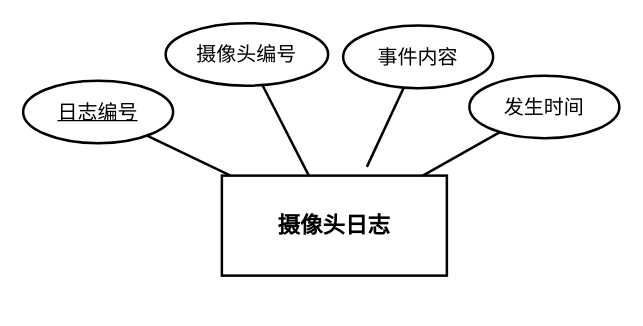
Earlier version of the draw.io diagram docs/PaperImages/实体图/图4.9摄像头日志实体属性图.drawio (Dean-op/forest_fire). Source tidied: cells renumbered, new cells numbered last; positions are measured from the earlier drawing's top-left corner, leaving out a move shared by most shapes. Both pictures are drawn from the tidied source at 125%, with x=0, y=0 at pixel (22, 22).
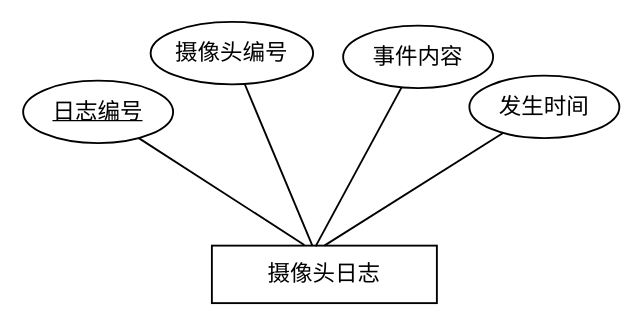
Above is the later version.

The edit, as a diff of the source:
```diff
@@
 <mxGraphModel>
   <root>
     <mxCell id="0" />
     <mxCell id="1" parent="0" />
-    <mxCell id="2" value="摄像头日志" style="rounded=0;whiteSpace=wrap;html=1;strokeWidth=2;fontSize=18;fontStyle=1;align=center;verticalAlign=middle;labelBackgroundColor=none;" parent="1" vertex="1">
-      <mxGeometry x="159" y="122" width="180" height="80" as="geometry" />
+    <mxCell id="2" value="摄像头日志" style="rounded=0;whiteSpace=wrap;html=1;strokeWidth=1.5;fontSize=18;fontStyle=0;align=center;verticalAlign=middle;labelBackgroundColor=none;fontFamily=宋体;" parent="1" vertex="1">
+      <mxGeometry x="151" y="178" width="180" height="46" as="geometry" />
     </mxCell>
-    <mxCell id="3" value="&lt;u&gt;日志编号&lt;/u&gt;" style="ellipse;whiteSpace=wrap;html=1;strokeWidth=2;fontSize=16;labelBackgroundColor=none;" parent="1" vertex="1">
+    <mxCell id="3" value="&lt;u&gt;日志编号&lt;/u&gt;" style="ellipse;whiteSpace=wrap;html=1;strokeWidth=1.5;fontSize=18;labelBackgroundColor=none;fontStyle=0;fontFamily=宋体;" parent="1" vertex="1">
       <mxGeometry y="46" width="120" height="50" as="geometry" />
     </mxCell>
-    <mxCell id="4" value="摄像头编号" style="ellipse;whiteSpace=wrap;html=1;strokeWidth=2;fontSize=16;labelBackgroundColor=none;" parent="1" vertex="1">
-      <mxGeometry x="114" width="130" height="50" as="geometry" />
+    <mxCell id="4" value="摄像头编号" style="ellipse;whiteSpace=wrap;html=1;strokeWidth=1.5;fontSize=18;labelBackgroundColor=none;fontStyle=0;fontFamily=宋体;" parent="1" vertex="1">
+      <mxGeometry x="102" y="-1" width="130" height="50" as="geometry" />
     </mxCell>
-    <mxCell id="5" value="事件内容" style="ellipse;whiteSpace=wrap;html=1;strokeWidth=2;fontSize=16;labelBackgroundColor=none;" parent="1" vertex="1">
+    <mxCell id="5" value="事件内容" style="ellipse;whiteSpace=wrap;html=1;strokeWidth=1.5;fontSize=18;labelBackgroundColor=none;fontStyle=0;fontFamily=宋体;" parent="1" vertex="1">
       <mxGeometry x="256" y="2" width="120" height="50" as="geometry" />
     </mxCell>
-    <mxCell id="6" value="发生时间" style="ellipse;whiteSpace=wrap;html=1;strokeWidth=2;fontSize=16;labelBackgroundColor=none;" parent="1" vertex="1">
+    <mxCell id="6" value="发生时间" style="ellipse;whiteSpace=wrap;html=1;strokeWidth=1.5;fontSize=18;labelBackgroundColor=none;fontStyle=0;fontFamily=宋体;" parent="1" vertex="1">
       <mxGeometry x="357" y="42" width="120" height="50" as="geometry" />
     </mxCell>
-    <mxCell id="7" style="rounded=0;jettySize=auto;html=1;strokeWidth=2;endArrow=none;labelBackgroundColor=none;fontColor=default;" parent="1" edge="1" source="3" target="2">
+    <mxCell id="7" style="rounded=0;jettySize=auto;html=1;strokeWidth=1.5;endArrow=none;labelBackgroundColor=none;fontColor=default;entryX=0.411;entryY=-0.012;entryDx=0;entryDy=0;entryPerimeter=0;fontSize=18;fontStyle=0;fontFamily=宋体;" parent="1" edge="1" source="3" target="2">
       <mxGeometry relative="1" as="geometry" />
     </mxCell>
-    <mxCell id="8" style="rounded=0;jettySize=auto;html=1;strokeWidth=2;endArrow=none;labelBackgroundColor=none;fontColor=default;" parent="1" edge="1" source="4" target="2">
+    <mxCell id="8" style="rounded=0;jettySize=auto;html=1;strokeWidth=1.5;endArrow=none;labelBackgroundColor=none;fontColor=default;fontSize=18;fontStyle=0;fontFamily=宋体;" parent="1" edge="1" source="4" target="2">
       <mxGeometry relative="1" as="geometry" />
     </mxCell>
-    <mxCell id="9" style="rounded=0;jettySize=auto;html=1;strokeWidth=2;endArrow=none;labelBackgroundColor=none;fontColor=default;" parent="1" edge="1" source="5">
-      <mxGeometry relative="1" as="geometry">
-        <mxPoint x="275" y="115" as="targetPoint" />
-      </mxGeometry>
+    <mxCell id="9" style="rounded=0;jettySize=auto;html=1;strokeWidth=1.5;endArrow=none;labelBackgroundColor=none;fontColor=default;entryX=0.461;entryY=0.013;entryDx=0;entryDy=0;entryPerimeter=0;fontSize=18;fontStyle=0;fontFamily=宋体;" parent="1" edge="1" source="5" target="2">
+      <mxGeometry relative="1" as="geometry" />
     </mxCell>
-    <mxCell id="10" style="rounded=0;jettySize=auto;html=1;strokeWidth=2;endArrow=none;labelBackgroundColor=none;fontColor=default;" parent="1" edge="1" source="6" target="2">
+    <mxCell id="10" style="rounded=0;jettySize=auto;html=1;strokeWidth=1.5;endArrow=none;labelBackgroundColor=none;fontColor=default;entryX=0.5;entryY=0;entryDx=0;entryDy=0;fontSize=18;fontStyle=0;fontFamily=宋体;" parent="1" edge="1" source="6" target="2">
       <mxGeometry relative="1" as="geometry" />
     </mxCell>
   </root>
 </mxGraphModel>
```
